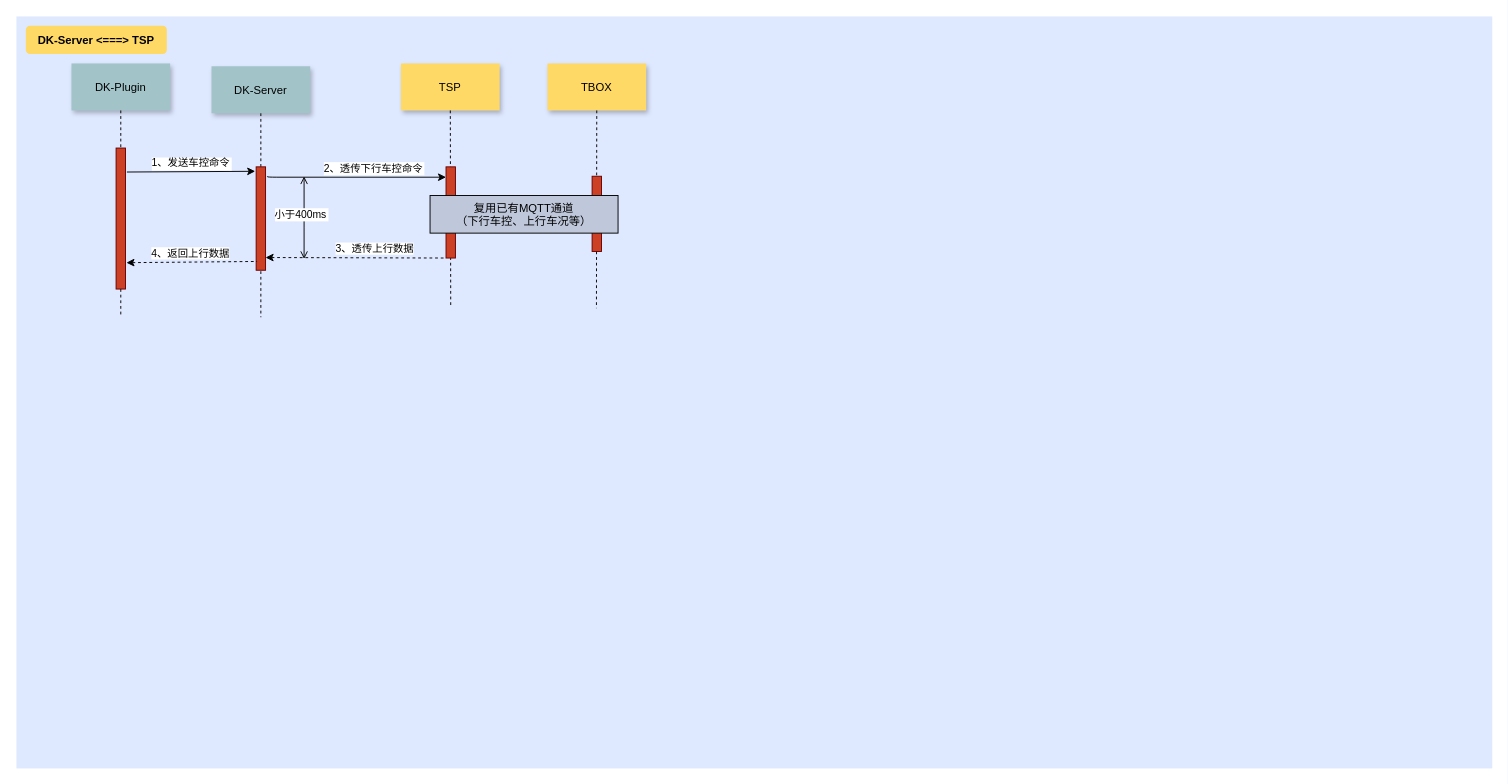
Earlier version of the draw.io diagram A02-Dk-Tsp.drawio (jianguocong/chart). Source tidied: cells renumbered, new cells numbered last; positions are measured from the earlier drawing's top-left corner, leaving out a move shared by most shapes. Both pictures are drawn from the tidied source at 94%, with x=0, y=0 at pixel (16, 16).
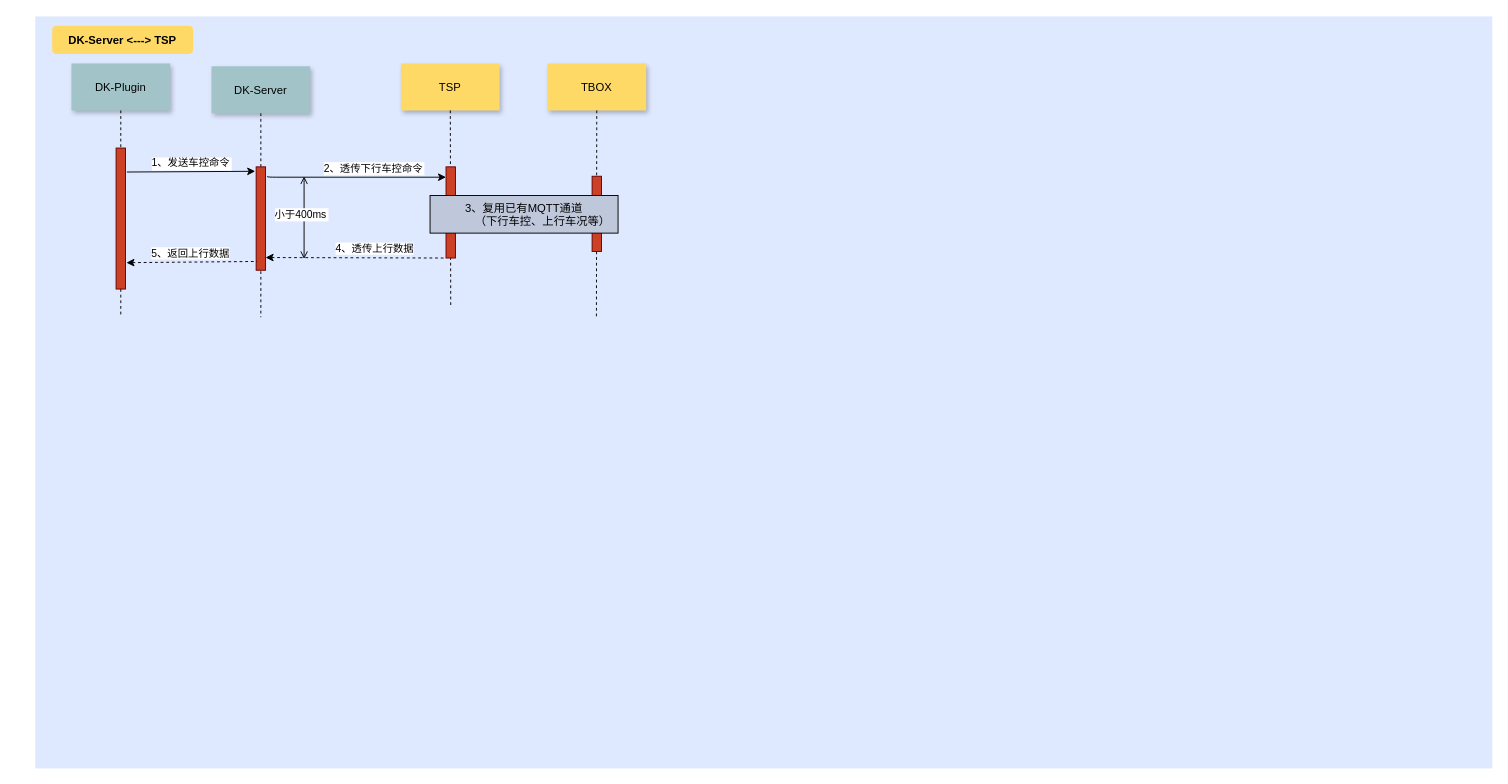
After the change.

Unchanged cells that the change refers to:
```xml
<mxCell id="9" style="edgeStyle=none;verticalLabelPosition=top;verticalAlign=bottom;endArrow=none;startArrow=classic;dashed=1;entryX=0.1;entryY=0.915;entryDx=0;entryDy=0;entryPerimeter=0;exitX=1.1;exitY=0.813;exitDx=0;exitDy=0;exitPerimeter=0;" parent="1" edge="1" source="3" target="7">
  <mxGeometry x="220" y="172.3" as="geometry" />
</mxCell>
<mxCell id="14" value="TBOX" style="shadow=1;fillColor=#FFD966;strokeColor=none;" parent="1" vertex="1">
  <mxGeometry x="564.9" y="50" width="105" height="50" as="geometry" />
</mxCell>
<mxCell id="20" style="edgeStyle=none;verticalLabelPosition=top;verticalAlign=bottom;endArrow=none;startArrow=classic;dashed=1;entryX=0;entryY=1;entryDx=0;entryDy=0;exitX=1;exitY=0.877;exitDx=0;exitDy=0;exitPerimeter=0;" parent="1" edge="1" source="7" target="13">
  <mxGeometry x="377" y="166.5" as="geometry" />
</mxCell>
```

Diff of the diagram source:
```diff
@@
     <mxCell id="2" style="fillColor=#DEE8FF;strokeColor=none;" parent="1" vertex="1">
-      <mxGeometry width="1570" height="800" as="geometry" />
+      <mxGeometry x="20" width="1550" height="800" as="geometry" />
     </mxCell>
@@
-    <mxCell id="10" value="4、返回上行数据" style="edgeLabel;html=1;align=center;verticalAlign=middle;" parent="9" vertex="1">
+    <mxCell id="10" value="5、返回上行数据" style="edgeLabel;html=1;align=center;verticalAlign=middle;" parent="9" vertex="1">
       <mxGeometry relative="1" as="geometry">
         <mxPoint x="-2" y="-10" as="offset" />
       </mxGeometry>
     </mxCell>
@@
-    <mxCell id="18" value="DK-Server &lt;===&gt; TSP" style="rounded=1;fontStyle=1;fillColor=#FFD966;strokeColor=none;" parent="1" vertex="1">
-      <mxGeometry x="10" y="10" width="150" height="30" as="geometry" />
+    <mxCell id="18" value="DK-Server &lt;---&gt; TSP" style="rounded=1;fontStyle=1;fillColor=#FFD966;strokeColor=none;" parent="1" vertex="1">
+      <mxGeometry x="38" y="10" width="150" height="30" as="geometry" />
     </mxCell>
@@
-    <mxCell id="21" value="3、透传上行数据" style="edgeLabel;html=1;align=center;verticalAlign=middle;" parent="20" vertex="1">
+    <mxCell id="21" value="4、透传上行数据" style="edgeLabel;html=1;align=center;verticalAlign=middle;" parent="20" vertex="1">
       <mxGeometry relative="1" as="geometry">
         <mxPoint x="20" y="-10" as="offset" />
       </mxGeometry>
     </mxCell>
-    <mxCell id="22" style="edgeStyle=none;endArrow=none;dashed=1;entryX=0.393;entryY=0.388;entryDx=0;entryDy=0;entryPerimeter=0;" parent="1" edge="1" source="14" target="2">
-      <mxGeometry x="582.2" y="165" as="geometry" />
+    <mxCell id="22" style="edgeStyle=none;endArrow=none;dashed=1;" parent="1" edge="1" source="14">
+      <mxGeometry x="582.2" y="165" as="geometry">
+        <mxPoint x="617" y="320" as="targetPoint" />
+      </mxGeometry>
     </mxCell>
@@
-    <mxCell id="24" value="复用已有MQTT通道&#10;（下行车控、上行车况等）" style="fillColor=#BFC8DB;" parent="1" vertex="1">
+    <mxCell id="24" value="3、复用已有MQTT通道&#10;            （下行车控、上行车况等）" style="fillColor=#BFC8DB;" parent="1" vertex="1">
       <mxGeometry x="440" y="190.5" width="200" height="40" as="geometry" />
     </mxCell>
```
